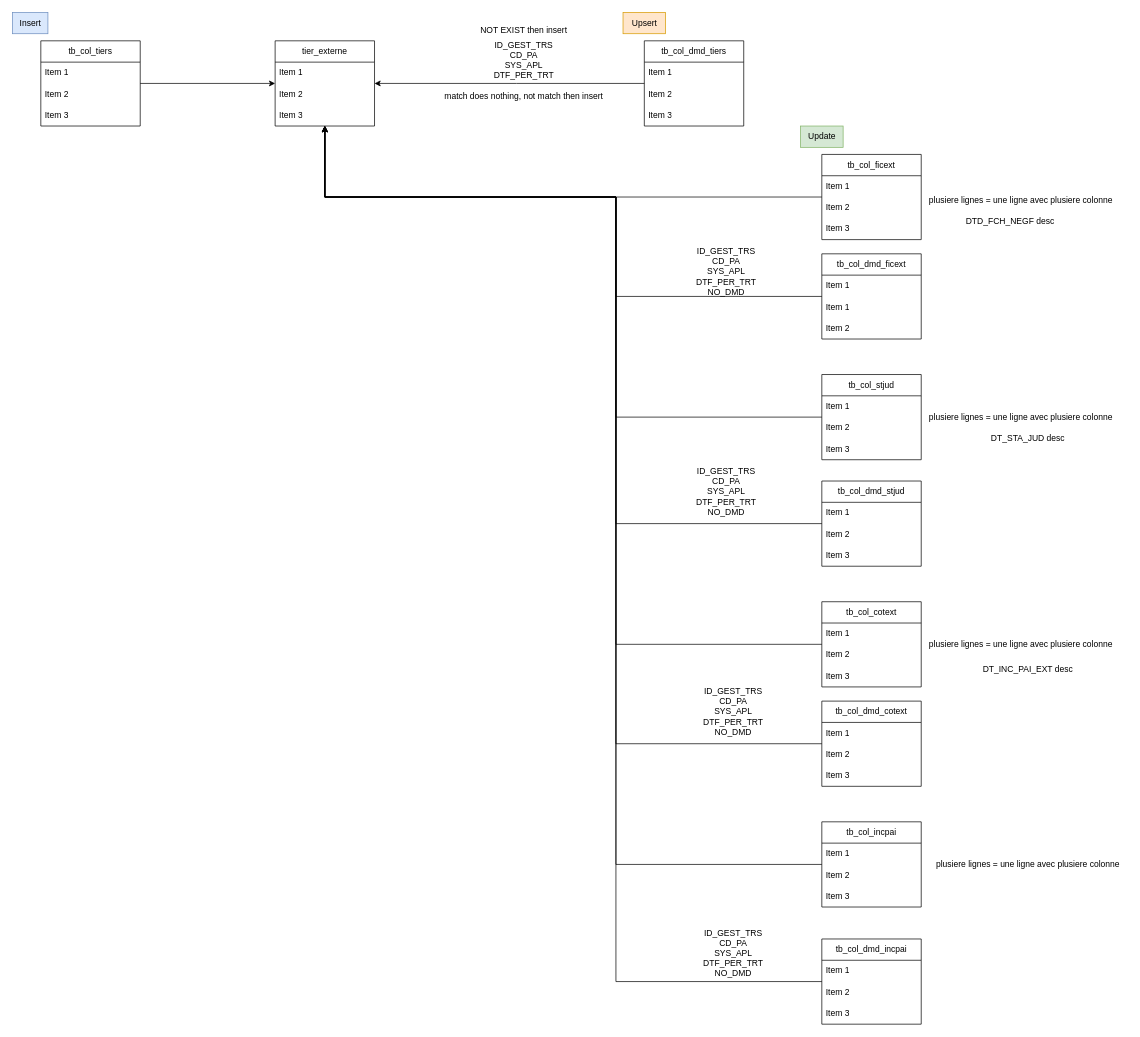
The draw.io diagram page "tiers_externe" (4 of 5) of schema_laurent.drawio in wunyu/drawio, before the edit. Source tidied: cells renumbered, new cells numbered last; positions are measured from the earlier drawing's top-left corner, leaving out a move shared by most shapes. Both pictures are drawn from the tidied source at 71%, with x=0, y=0 at pixel (12, 12).
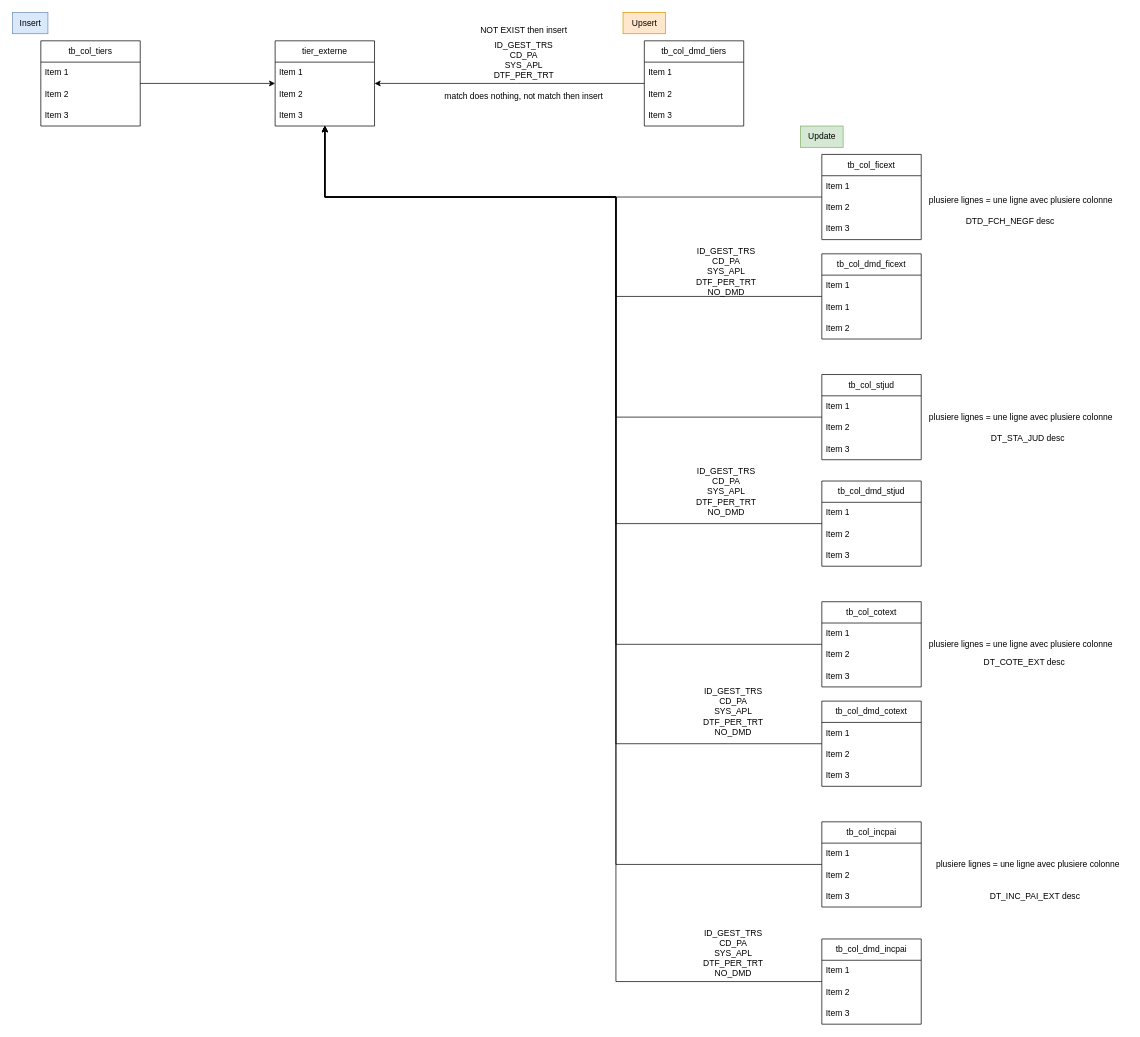
Above is the later version.

The edit, as a diff of the source:
```diff
@@
     <mxCell id="72" value="DT_INC_PAI_EXT desc" style="text;html=1;align=center;verticalAlign=middle;strokeColor=none;fillColor=none;" parent="1" vertex="1">
-      <mxGeometry x="1355" y="910" width="150" height="30" as="geometry" />
+      <mxGeometry x="1365" y="1230" width="150" height="30" as="geometry" />
     </mxCell>
+    <mxCell id="73" value="DT_COTE_EXT desc" style="text;html=1;align=center;verticalAlign=middle;strokeColor=none;fillColor=none;" parent="1" vertex="1">
+      <mxGeometry x="1355" y="900" width="140" height="30" as="geometry" />
+    </mxCell>
```
